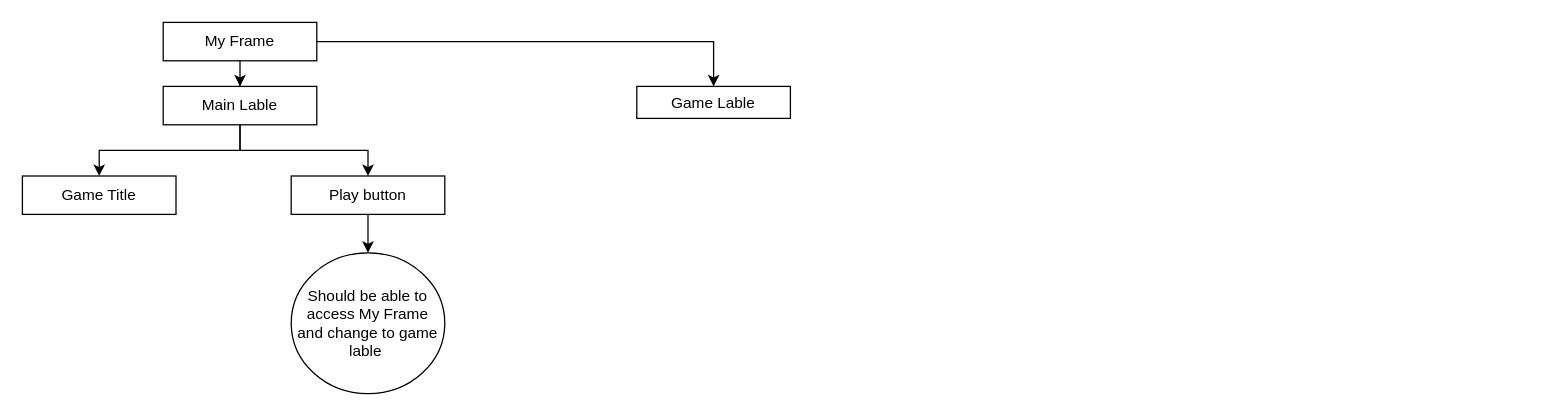
This is Untitled Diagram.drawio from wolflieu201105/boardGameRecreation, a draw.io file, before an edit. Source tidied: cells renumbered, new cells numbered last; positions are measured from the earlier drawing's top-left corner, leaving out a move shared by most shapes. Both pictures are drawn from the tidied source at 128%, with x=0, y=0 at pixel (22, 22).
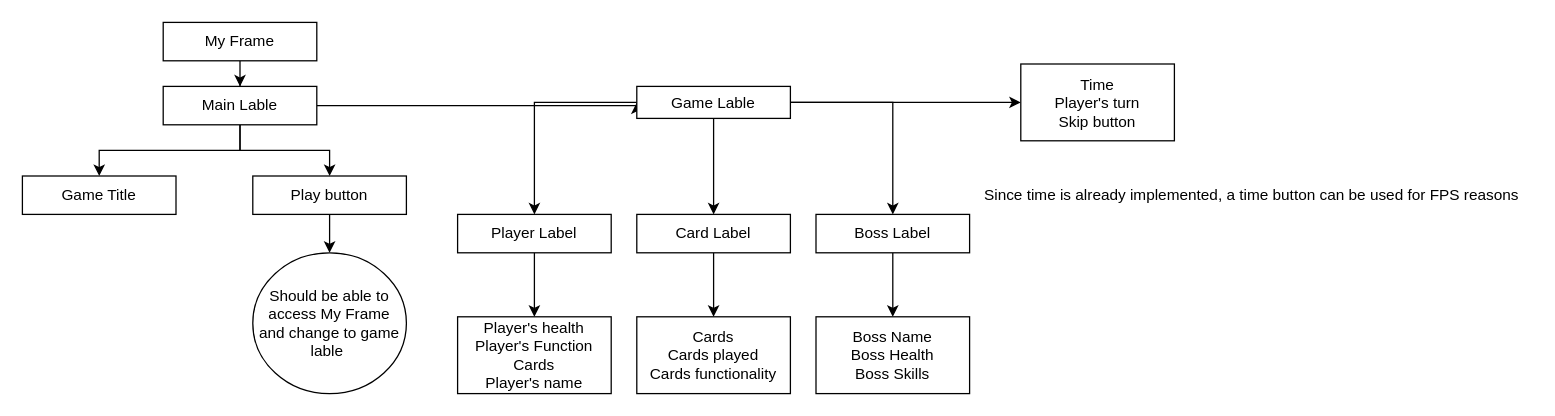
Above is the later version.

The change refers to these unchanged cells:
```xml
<mxCell id="4" value="My Frame" style="rounded=0;whiteSpace=wrap;html=1;" parent="1" vertex="1">
  <mxGeometry x="110" width="120" height="30" as="geometry" />
</mxCell>
<mxCell id="7" value="Main Lable" style="rounded=0;whiteSpace=wrap;html=1;" parent="1" vertex="1">
  <mxGeometry x="110" y="50" width="120" height="30" as="geometry" />
</mxCell>
<mxCell id="13" value="Game Lable" style="rounded=0;whiteSpace=wrap;html=1;" parent="1" vertex="1">
  <mxGeometry x="480" y="50" width="120" height="25" as="geometry" />
</mxCell>
```

Change to the diagram source:
```diff
@@
-    <mxCell id="3" style="edgeStyle=orthogonalEdgeStyle;rounded=0;jettySize=auto;html=1;entryX=0.5;entryY=0;entryDx=0;entryDy=0;" parent="1" edge="1" source="4" target="13">
-      <mxGeometry relative="1" as="geometry" />
-    </mxCell>
@@
+    <mxCell id="14" style="edgeStyle=orthogonalEdgeStyle;rounded=0;jettySize=auto;html=1;entryX=0;entryY=0.5;entryDx=0;entryDy=0;" parent="1" edge="1" source="7" target="13">
+      <mxGeometry relative="1" as="geometry">
+        <Array as="points">
+          <mxPoint x="480" y="65" />
+        </Array>
+      </mxGeometry>
+    </mxCell>
@@
-    <mxCell id="10" style="edgeStyle=orthogonalEdgeStyle;rounded=0;jettySize=auto;html=1;" parent="1" edge="1" source="11">
-      <mxGeometry relative="1" as="geometry">
-        <mxPoint x="270" y="180" as="targetPoint" />
-      </mxGeometry>
+    <mxCell id="10" style="edgeStyle=orthogonalEdgeStyle;rounded=0;jettySize=auto;html=1;entryX=0.5;entryY=0;entryDx=0;entryDy=0;" parent="1" edge="1" source="11" target="12">
+      <mxGeometry relative="1" as="geometry" />
     </mxCell>
     <mxCell id="11" value="Play button" style="rounded=0;whiteSpace=wrap;html=1;" parent="1" vertex="1">
-      <mxGeometry x="210" y="120" width="120" height="30" as="geometry" />
+      <mxGeometry x="180" y="120" width="120" height="30" as="geometry" />
     </mxCell>
     <mxCell id="12" value="Should be able to access My Frame and change to game lable&amp;nbsp;" style="ellipse;whiteSpace=wrap;html=1;" parent="1" vertex="1">
-      <mxGeometry x="210" y="180" width="120" height="110" as="geometry" />
+      <mxGeometry x="180" y="180" width="120" height="110" as="geometry" />
     </mxCell>
+    <mxCell id="15" style="edgeStyle=orthogonalEdgeStyle;rounded=0;jettySize=auto;html=1;" parent="1" edge="1" source="13" target="20">
+      <mxGeometry relative="1" as="geometry" />
+    </mxCell>
+    <mxCell id="16" style="edgeStyle=orthogonalEdgeStyle;rounded=0;jettySize=auto;html=1;" parent="1" edge="1" source="13" target="22">
+      <mxGeometry relative="1" as="geometry" />
+    </mxCell>
+    <mxCell id="17" style="edgeStyle=orthogonalEdgeStyle;rounded=0;jettySize=auto;html=1;" parent="1" edge="1" source="13" target="24">
+      <mxGeometry relative="1" as="geometry" />
+    </mxCell>
+    <mxCell id="18" style="edgeStyle=orthogonalEdgeStyle;rounded=0;jettySize=auto;html=1;" parent="1" edge="1" source="13" target="25">
+      <mxGeometry relative="1" as="geometry" />
+    </mxCell>
@@
+    <mxCell id="19" style="edgeStyle=orthogonalEdgeStyle;rounded=0;jettySize=auto;html=1;" parent="1" edge="1" source="20" target="28">
+      <mxGeometry relative="1" as="geometry" />
+    </mxCell>
+    <mxCell id="20" value="Boss Label" style="rounded=0;whiteSpace=wrap;html=1;" parent="1" vertex="1">
+      <mxGeometry x="620" y="150" width="120" height="30" as="geometry" />
+    </mxCell>
+    <mxCell id="21" style="edgeStyle=orthogonalEdgeStyle;rounded=0;jettySize=auto;html=1;" parent="1" edge="1" source="22" target="27">
+      <mxGeometry relative="1" as="geometry" />
+    </mxCell>
+    <mxCell id="22" value="Card Label" style="rounded=0;whiteSpace=wrap;html=1;" parent="1" vertex="1">
+      <mxGeometry x="480" y="150" width="120" height="30" as="geometry" />
+    </mxCell>
+    <mxCell id="23" style="edgeStyle=orthogonalEdgeStyle;rounded=0;jettySize=auto;html=1;" parent="1" edge="1" source="24" target="26">
+      <mxGeometry relative="1" as="geometry" />
+    </mxCell>
+    <mxCell id="24" value="Player Label" style="rounded=0;whiteSpace=wrap;html=1;" parent="1" vertex="1">
+      <mxGeometry x="340" y="150" width="120" height="30" as="geometry" />
+    </mxCell>
+    <mxCell id="25" value="Time&lt;div&gt;Player's turn&lt;/div&gt;&lt;div&gt;Skip button&lt;/div&gt;" style="rounded=0;whiteSpace=wrap;html=1;" parent="1" vertex="1">
+      <mxGeometry x="780" y="32.5" width="120" height="60" as="geometry" />
+    </mxCell>
+    <mxCell id="26" value="Player's health&lt;div&gt;Player's Function Cards&lt;/div&gt;&lt;div&gt;Player's name&lt;/div&gt;" style="rounded=0;whiteSpace=wrap;html=1;" parent="1" vertex="1">
+      <mxGeometry x="340" y="230" width="120" height="60" as="geometry" />
+    </mxCell>
+    <mxCell id="27" value="Cards&lt;div&gt;Cards played&lt;/div&gt;&lt;div&gt;Cards functionality&lt;/div&gt;" style="rounded=0;whiteSpace=wrap;html=1;" parent="1" vertex="1">
+      <mxGeometry x="480" y="230" width="120" height="60" as="geometry" />
+    </mxCell>
+    <mxCell id="28" value="Boss Name&lt;div&gt;Boss Health&lt;/div&gt;&lt;div&gt;Boss Skills&lt;/div&gt;" style="rounded=0;whiteSpace=wrap;html=1;" parent="1" vertex="1">
+      <mxGeometry x="620" y="230" width="120" height="60" as="geometry" />
+    </mxCell>
+    <mxCell id="29" value="Since time is already implemented, a time button can be used for FPS reasons" style="text;html=1;align=center;verticalAlign=middle;strokeColor=none;fillColor=none;" parent="1" vertex="1">
+      <mxGeometry x="740" y="120" width="440" height="30" as="geometry" />
+    </mxCell>
```
